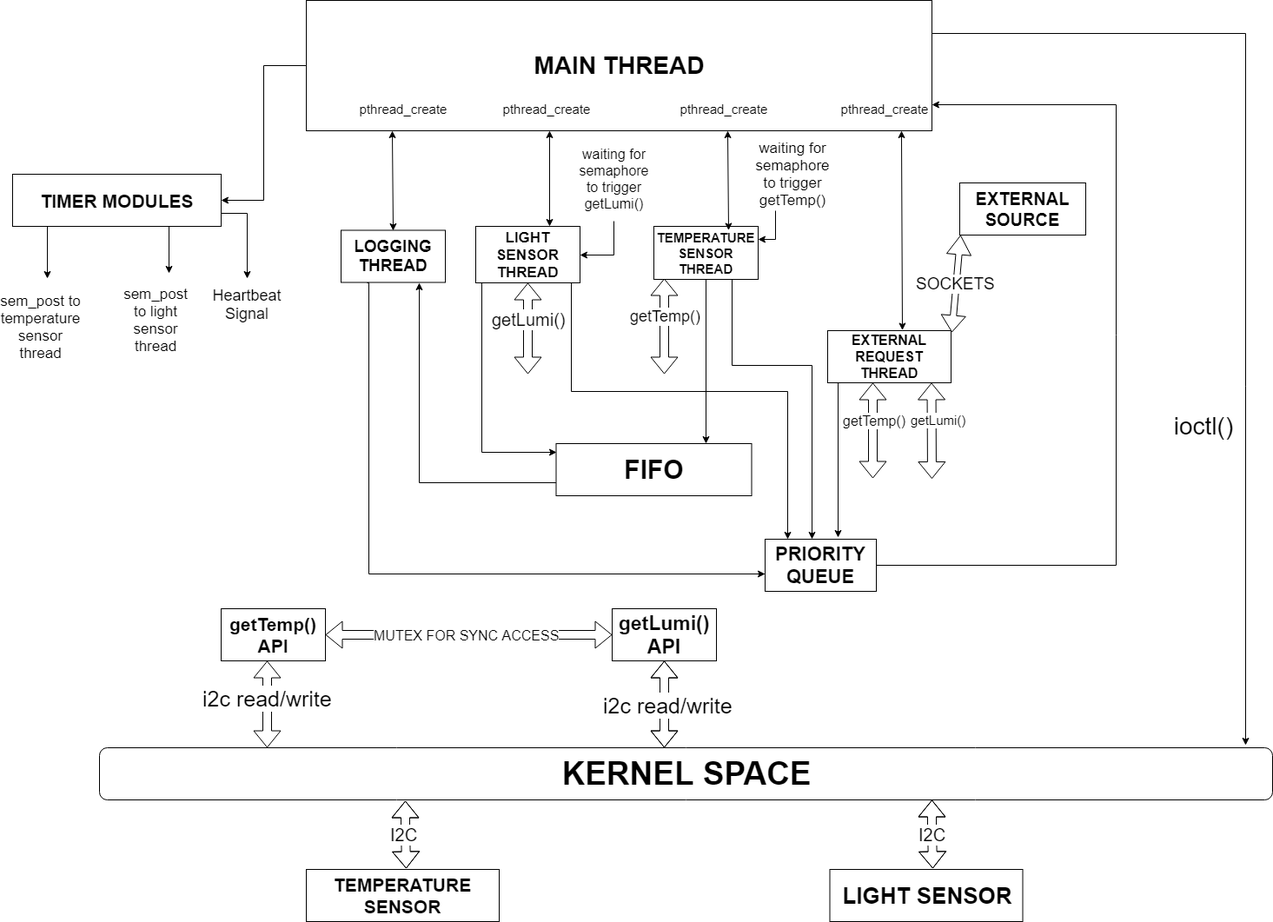
Above: Architecture/Project1_Arch.png in smitesh07/AESD_Project-1 (draw.io), before the change. Source tidied: cells renumbered, new cells last; positions are measured from the earlier drawing's top-left corner, leaving out a move shared by most shapes.
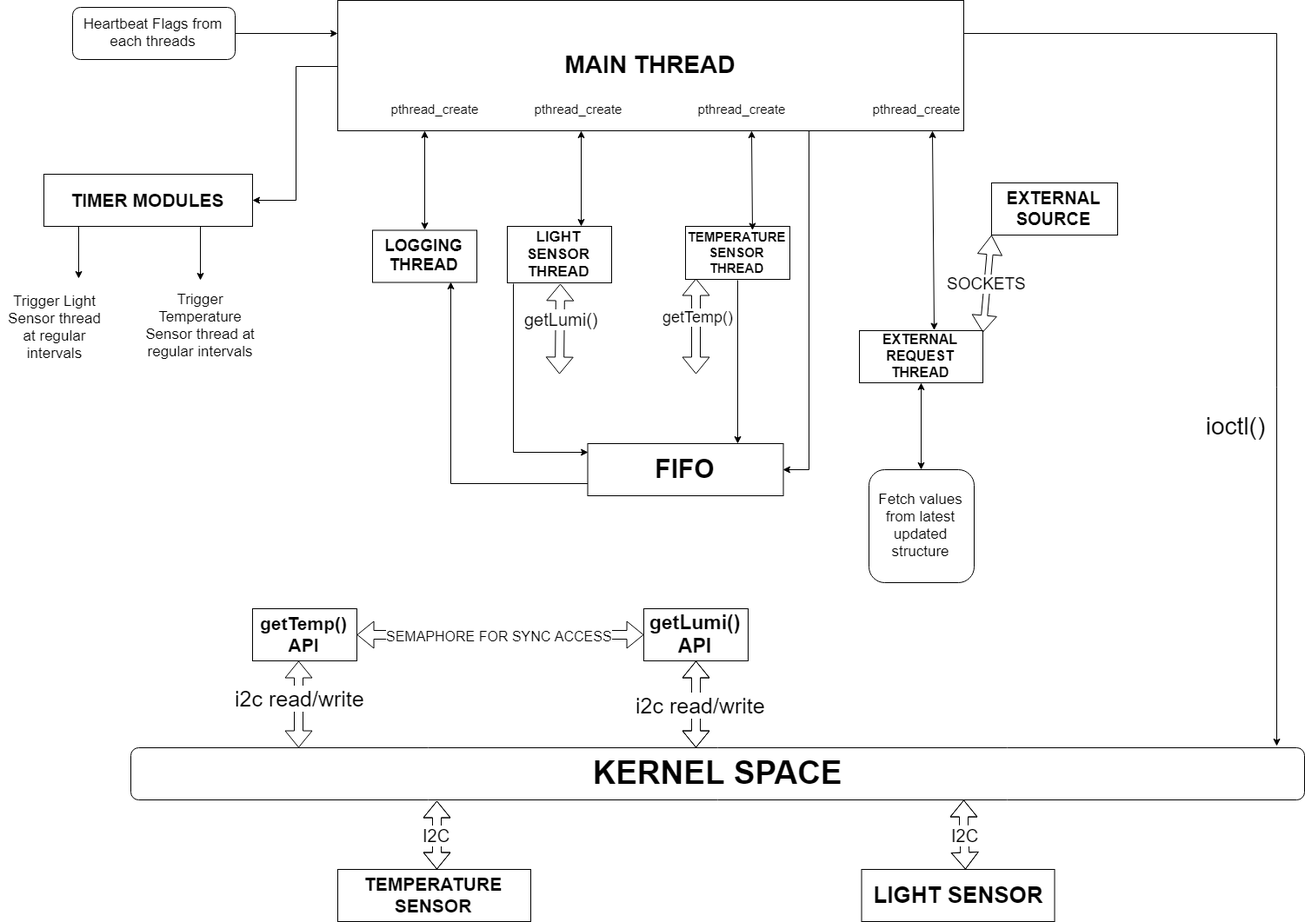
Later version of the same file.

Change to the diagram source:
```diff
@@ -8,31 +8,19 @@
     <mxCell id="3" style="edgeStyle=orthogonalEdgeStyle;rounded=0;jettySize=auto;html=1;exitX=1;exitY=0.25;exitDx=0;exitDy=0;entryX=0.977;entryY=-0.05;entryDx=0;entryDy=0;entryPerimeter=0;" parent="1" edge="1" source="4" target="26">
       <mxGeometry relative="1" as="geometry" />
     </mxCell>
+    <mxCell id="64" style="edgeStyle=orthogonalEdgeStyle;rounded=0;jettySize=auto;html=1;exitX=0.75;exitY=1;exitDx=0;exitDy=0;entryX=1;entryY=0.5;entryDx=0;entryDy=0;" parent="1" edge="1" source="4" target="16">
+      <mxGeometry relative="1" as="geometry">
+        <Array as="points">
+          <mxPoint x="889" y="540" />
+        </Array>
+      </mxGeometry>
+    </mxCell>
     <mxCell id="4" value="&lt;font style=&quot;font-size: 28px&quot;&gt;&lt;b&gt;MAIN THREAD&lt;/b&gt;&lt;/font&gt;" style="rounded=0;whiteSpace=wrap;html=1;" parent="1" vertex="1">
       <mxGeometry x="348" width="720" height="150" as="geometry" />
     </mxCell>
-    <mxCell id="5" style="edgeStyle=orthogonalEdgeStyle;rounded=0;jettySize=auto;html=1;exitX=0.25;exitY=1;exitDx=0;exitDy=0;" parent="1" edge="1" source="6">
-      <mxGeometry relative="1" as="geometry">
-        <mxPoint x="876" y="660" as="targetPoint" />
-        <Array as="points">
-          <mxPoint x="420" y="325" />
-          <mxPoint x="420" y="660" />
-          <mxPoint x="875" y="660" />
-        </Array>
-      </mxGeometry>
-    </mxCell>
     <mxCell id="6" value="&lt;font style=&quot;font-size: 19px&quot;&gt;&lt;b&gt;LOGGING THREAD&lt;/b&gt;&lt;/font&gt;&lt;br&gt;" style="rounded=0;whiteSpace=wrap;html=1;" parent="1" vertex="1">
       <mxGeometry x="388" y="264.5" width="120" height="60" as="geometry" />
     </mxCell>
-    <mxCell id="7" style="edgeStyle=orthogonalEdgeStyle;rounded=0;jettySize=auto;html=1;" parent="1" edge="1" source="9">
-      <mxGeometry relative="1" as="geometry">
-        <mxPoint x="902" y="620" as="targetPoint" />
-        <Array as="points">
-          <mxPoint x="653" y="450" />
-          <mxPoint x="902" y="450" />
-        </Array>
-      </mxGeometry>
-    </mxCell>
     <mxCell id="8" style="edgeStyle=orthogonalEdgeStyle;rounded=0;jettySize=auto;html=1;entryX=0;entryY=0.167;entryDx=0;entryDy=0;entryPerimeter=0;" parent="1" edge="1" target="16">
       <mxGeometry relative="1" as="geometry">
         <mxPoint x="550" y="325" as="sourcePoint" />
@@ -53,26 +41,9 @@
         </Array>
       </mxGeometry>
     </mxCell>
-    <mxCell id="11" style="edgeStyle=orthogonalEdgeStyle;rounded=0;jettySize=auto;html=1;exitX=0.75;exitY=1;exitDx=0;exitDy=0;entryX=0.422;entryY=0;entryDx=0;entryDy=0;entryPerimeter=0;" parent="1" edge="1" source="12" target="32">
-      <mxGeometry relative="1" as="geometry">
-        <Array as="points">
-          <mxPoint x="838" y="420" />
-          <mxPoint x="930" y="420" />
-        </Array>
-      </mxGeometry>
-    </mxCell>
     <mxCell id="12" value="&lt;font style=&quot;font-size: 15px&quot;&gt;&lt;b&gt;TEMPERATURE SENSOR THREAD&lt;/b&gt;&lt;/font&gt;&lt;br&gt;" style="rounded=0;whiteSpace=wrap;html=1;" parent="1" vertex="1">
       <mxGeometry x="748" y="260" width="120" height="61" as="geometry" />
     </mxCell>
-    <mxCell id="13" style="edgeStyle=orthogonalEdgeStyle;rounded=0;jettySize=auto;html=1;exitX=0.25;exitY=1;exitDx=0;exitDy=0;" parent="1" edge="1" source="14">
-      <mxGeometry relative="1" as="geometry">
-        <mxPoint x="960" y="618" as="targetPoint" />
-        <Array as="points">
-          <mxPoint x="960" y="440" />
-          <mxPoint x="960" y="618" />
-        </Array>
-      </mxGeometry>
-    </mxCell>
     <mxCell id="14" value="&lt;font style=&quot;font-size: 16px&quot;&gt;&lt;b&gt;EXTERNAL REQUEST THREAD&lt;/b&gt;&lt;/font&gt;&lt;br&gt;" style="rounded=0;whiteSpace=wrap;html=1;" parent="1" vertex="1">
       <mxGeometry x="948" y="380" width="142" height="60" as="geometry" />
     </mxCell>
@@ -139,33 +110,9 @@
         <mxPoint x="-7" y="10" as="offset" />
       </mxGeometry>
     </mxCell>
-    <mxCell id="31" style="edgeStyle=orthogonalEdgeStyle;rounded=0;jettySize=auto;html=1;exitX=1;exitY=0.5;exitDx=0;exitDy=0;" parent="1" edge="1" source="32">
-      <mxGeometry relative="1" as="geometry">
-        <mxPoint x="1068" y="120" as="targetPoint" />
-        <Array as="points">
-          <mxPoint x="1280" y="650" />
-          <mxPoint x="1280" y="120" />
-        </Array>
-      </mxGeometry>
-    </mxCell>
-    <mxCell id="32" value="&lt;font style=&quot;font-size: 22px&quot;&gt;&lt;b&gt;PRIORITY QUEUE&lt;/b&gt;&lt;/font&gt;&lt;br&gt;" style="rounded=0;whiteSpace=wrap;html=1;" parent="1" vertex="1">
-      <mxGeometry x="876" y="620" width="128" height="60" as="geometry" />
-    </mxCell>
     <mxCell id="33" value="&lt;font style=&quot;font-size: 23px&quot;&gt;&lt;b&gt;getLumi() API&lt;/b&gt;&lt;/font&gt;" style="rounded=0;whiteSpace=wrap;html=1;" parent="1" vertex="1">
       <mxGeometry x="700" y="700" width="120" height="60" as="geometry" />
     </mxCell>
-    <mxCell id="34" style="edgeStyle=orthogonalEdgeStyle;rounded=0;jettySize=auto;html=1;entryX=1;entryY=0.25;entryDx=0;entryDy=0;" parent="1" edge="1" target="12">
-      <mxGeometry relative="1" as="geometry">
-        <mxPoint x="888" y="242" as="sourcePoint" />
-        <Array as="points">
-          <mxPoint x="888" y="242" />
-          <mxPoint x="888" y="280" />
-        </Array>
-      </mxGeometry>
-    </mxCell>
-    <mxCell id="35" value="&lt;font style=&quot;font-size: 17px&quot;&gt;waiting for semaphore to trigger getTemp()&lt;/font&gt;&lt;br&gt;" style="text;html=1;strokeColor=none;fillColor=none;align=center;verticalAlign=middle;whiteSpace=wrap;rounded=0;" parent="1" vertex="1">
-      <mxGeometry x="876" y="180" width="64" height="40" as="geometry" />
-    </mxCell>
     <mxCell id="36" style="endArrow=classic;startArrow=classic;html=1;entryX=0.389;entryY=1;entryDx=0;entryDy=0;entryPerimeter=0;" parent="1" edge="1" target="4">
       <mxGeometry relative="1" as="geometry">
         <mxPoint x="628" y="260" as="sourcePoint" />
@@ -173,8 +120,8 @@
     </mxCell>
     <mxCell id="37" style="endArrow=classic;startArrow=classic;html=1;exitX=0.5;exitY=0;exitDx=0;exitDy=0;" parent="1" edge="1">
       <mxGeometry relative="1" as="geometry">
-        <mxPoint x="834" y="264.5" as="sourcePoint" />
-        <mxPoint x="833" y="150" as="targetPoint" />
+        <mxPoint x="825" y="264.5" as="sourcePoint" />
+        <mxPoint x="824" y="150" as="targetPoint" />
       </mxGeometry>
     </mxCell>
     <mxCell id="38" style="endArrow=classic;startArrow=classic;html=1;exitX=0.5;exitY=0;exitDx=0;exitDy=0;entryX=0.951;entryY=1;entryDx=0;entryDy=0;entryPerimeter=0;" parent="1" edge="1" target="4">
@@ -182,16 +129,6 @@
         <mxPoint x="1034" y="379.5" as="sourcePoint" />
       </mxGeometry>
     </mxCell>
-    <mxCell id="39" style="edgeStyle=orthogonalEdgeStyle;rounded=0;jettySize=auto;html=1;entryX=1;entryY=0.5;entryDx=0;entryDy=0;exitX=0.505;exitY=1.043;exitDx=0;exitDy=0;exitPerimeter=0;" parent="1" edge="1" source="40" target="9">
-      <mxGeometry relative="1" as="geometry">
-        <Array as="points">
-          <mxPoint x="702" y="293" />
-        </Array>
-      </mxGeometry>
-    </mxCell>
-    <mxCell id="40" value="&lt;font style=&quot;font-size: 16px&quot;&gt;waiting for semaphore to trigger getLumi()&lt;/font&gt;&lt;br&gt;" style="text;html=1;strokeColor=none;fillColor=none;align=center;verticalAlign=middle;whiteSpace=wrap;rounded=0;" parent="1" vertex="1">
-      <mxGeometry x="672" y="160" width="60" height="90" as="geometry" />
-    </mxCell>
     <mxCell id="41" style="edgeStyle=orthogonalEdgeStyle;rounded=0;jettySize=auto;html=1;exitX=0.25;exitY=1;exitDx=0;exitDy=0;" parent="1" edge="1" source="44">
       <mxGeometry relative="1" as="geometry">
         <mxPoint x="50" y="320" as="targetPoint" />
@@ -201,22 +138,17 @@
         </Array>
       </mxGeometry>
     </mxCell>
-    <mxCell id="42" style="edgeStyle=orthogonalEdgeStyle;rounded=0;jettySize=auto;html=1;exitX=0.75;exitY=1;exitDx=0;exitDy=0;entryX=0.667;entryY=-0.012;entryDx=0;entryDy=0;entryPerimeter=0;" parent="1" edge="1" source="44" target="46">
+    <mxCell id="42" style="edgeStyle=orthogonalEdgeStyle;rounded=0;jettySize=auto;html=1;exitX=0.75;exitY=1;exitDx=0;exitDy=0;entryX=0.5;entryY=0;entryDx=0;entryDy=0;" parent="1" edge="1" source="44" target="46">
       <mxGeometry relative="1" as="geometry" />
     </mxCell>
-    <mxCell id="43" style="edgeStyle=orthogonalEdgeStyle;rounded=0;jettySize=auto;html=1;exitX=1;exitY=0.75;exitDx=0;exitDy=0;" parent="1" edge="1" source="44">
-      <mxGeometry relative="1" as="geometry">
-        <mxPoint x="280" y="320" as="targetPoint" />
-      </mxGeometry>
-    </mxCell>
     <mxCell id="44" value="&lt;font style=&quot;font-size: 21px&quot;&gt;&lt;b&gt;TIMER MODULES&lt;/b&gt;&lt;/font&gt;&lt;br&gt;" style="rounded=0;whiteSpace=wrap;html=1;" parent="1" vertex="1">
       <mxGeometry x="10" y="200" width="240" height="60" as="geometry" />
     </mxCell>
-    <mxCell id="45" value="&lt;font style=&quot;font-size: 17px&quot;&gt;sem_post to temperature sensor thread&lt;/font&gt;&lt;br&gt;" style="text;html=1;strokeColor=none;fillColor=none;align=center;verticalAlign=middle;whiteSpace=wrap;rounded=0;" parent="1" vertex="1">
-      <mxGeometry y="320" width="85" height="111" as="geometry" />
+    <mxCell id="45" value="&lt;font style=&quot;font-size: 17px&quot;&gt;Trigger Light Sensor thread at regular intervals&lt;/font&gt;&lt;br&gt;" style="text;html=1;strokeColor=none;fillColor=none;align=center;verticalAlign=middle;whiteSpace=wrap;rounded=0;" parent="1" vertex="1">
+      <mxGeometry x="-40" y="320" width="125" height="111" as="geometry" />
     </mxCell>
-    <mxCell id="46" value="&lt;font style=&quot;font-size: 17px&quot;&gt;sem_post to light sensor thread&lt;/font&gt;&lt;br&gt;" style="text;html=1;strokeColor=none;fillColor=none;align=center;verticalAlign=middle;whiteSpace=wrap;rounded=0;" parent="1" vertex="1">
-      <mxGeometry x="130" y="315" width="90" height="106" as="geometry" />
+    <mxCell id="46" value="&lt;span&gt;&lt;font style=&quot;font-size: 17px&quot;&gt;Trigger Temperature Sensor thread at regular intervals&lt;/font&gt;&lt;/span&gt;&lt;br&gt;" style="text;html=1;strokeColor=none;fillColor=none;align=center;verticalAlign=middle;whiteSpace=wrap;rounded=0;" parent="1" vertex="1">
+      <mxGeometry x="125" y="321" width="130" height="106" as="geometry" />
     </mxCell>
     <mxCell id="47" value="&lt;font style=&quot;font-size: 28px&quot;&gt;ioctl()&lt;/font&gt;" style="text;html=1;strokeColor=none;fillColor=none;align=center;verticalAlign=middle;whiteSpace=wrap;rounded=0;" parent="1" vertex="1">
       <mxGeometry x="1360" y="480" width="40" height="20" as="geometry" />
@@ -253,34 +185,11 @@
         <mxPoint x="-1" y="6.5" as="offset" />
       </mxGeometry>
     </mxCell>
-    <mxCell id="54" value="&lt;font style=&quot;font-size: 18px&quot;&gt;Heartbeat Signal&lt;/font&gt;&lt;br&gt;" style="text;html=1;strokeColor=none;fillColor=none;align=center;verticalAlign=middle;whiteSpace=wrap;rounded=0;" parent="1" vertex="1">
-      <mxGeometry x="230" y="321" width="100" height="59" as="geometry" />
-    </mxCell>
-    <mxCell id="55" style="shape=flexArrow;endArrow=classic;startArrow=classic;html=1;" parent="1" edge="1">
-      <mxGeometry relative="1" as="geometry">
-        <mxPoint x="1000" y="550" as="sourcePoint" />
-        <mxPoint x="1000" y="440" as="targetPoint" />
-      </mxGeometry>
-    </mxCell>
-    <mxCell id="56" value="&lt;font style=&quot;font-size: 16px&quot;&gt;getTemp()&lt;/font&gt;&lt;br&gt;" style="text;html=1;align=center;verticalAlign=middle;labelBackgroundColor=#ffffff;" parent="55" vertex="1">
-      <mxGeometry x="0.21" y="-1" relative="1" as="geometry" />
-    </mxCell>
-    <mxCell id="57" style="shape=flexArrow;endArrow=classic;startArrow=classic;html=1;entryX=0.5;entryY=1;entryDx=0;entryDy=0;" parent="1" edge="1">
-      <mxGeometry relative="1" as="geometry">
-        <mxPoint x="1068" y="550.5" as="sourcePoint" />
-        <mxPoint x="1067.5" y="440" as="targetPoint" />
-      </mxGeometry>
-    </mxCell>
-    <mxCell id="58" value="&lt;font style=&quot;font-size: 15px&quot;&gt;getLumi()&lt;/font&gt;&lt;br&gt;" style="text;html=1;align=center;verticalAlign=middle;labelBackgroundColor=#ffffff;" parent="57" vertex="1">
-      <mxGeometry x="0.21" y="-1" relative="1" as="geometry">
-        <mxPoint x="6.5" y="-1" as="offset" />
-      </mxGeometry>
-    </mxCell>
     <mxCell id="59" value="&lt;font style=&quot;font-size: 15px&quot;&gt;pthread_create&lt;/font&gt;&lt;br&gt;" style="text;html=1;strokeColor=none;fillColor=none;align=center;verticalAlign=middle;whiteSpace=wrap;rounded=0;" parent="1" vertex="1">
       <mxGeometry x="576" y="100" width="96" height="50" as="geometry" />
     </mxCell>
     <mxCell id="60" value="&lt;font style=&quot;font-size: 15px&quot;&gt;pthread_create&lt;/font&gt;&lt;br&gt;" style="text;html=1;strokeColor=none;fillColor=none;align=center;verticalAlign=middle;whiteSpace=wrap;rounded=0;" parent="1" vertex="1">
-      <mxGeometry x="780" y="100" width="96" height="50" as="geometry" />
+      <mxGeometry x="764" y="100" width="96" height="50" as="geometry" />
     </mxCell>
     <mxCell id="61" value="&lt;font style=&quot;font-size: 15px&quot;&gt;pthread_create&lt;/font&gt;&lt;br&gt;" style="text;html=1;strokeColor=none;fillColor=none;align=center;verticalAlign=middle;whiteSpace=wrap;rounded=0;" parent="1" vertex="1">
       <mxGeometry x="965.5" y="100" width="96" height="50" as="geometry" />
@@ -288,10 +197,24 @@
     <mxCell id="62" style="shape=flexArrow;endArrow=classic;startArrow=classic;html=1;exitX=1;exitY=0.5;exitDx=0;exitDy=0;entryX=0;entryY=0.5;entryDx=0;entryDy=0;" parent="1" edge="1" source="23" target="33">
       <mxGeometry relative="1" as="geometry" />
     </mxCell>
-    <mxCell id="63" value="&lt;font style=&quot;font-size: 16px&quot;&gt;MUTEX FOR SYNC ACCESS&lt;/font&gt;" style="text;html=1;align=center;verticalAlign=middle;labelBackgroundColor=#ffffff;" parent="62" vertex="1">
+    <mxCell id="63" value="&lt;font style=&quot;font-size: 16px&quot;&gt;SEMAPHORE FOR SYNC ACCESS&lt;/font&gt;" style="text;html=1;align=center;verticalAlign=middle;labelBackgroundColor=#ffffff;" parent="62" vertex="1">
       <mxGeometry x="-0.14" relative="1" as="geometry">
         <mxPoint x="20.5" as="offset" />
       </mxGeometry>
     </mxCell>
+    <mxCell id="65" style="edgeStyle=orthogonalEdgeStyle;rounded=0;jettySize=auto;html=1;entryX=0;entryY=0.25;entryDx=0;entryDy=0;" parent="1" edge="1" source="66" target="4">
+      <mxGeometry relative="1" as="geometry" />
+    </mxCell>
+    <mxCell id="66" value="&lt;font style=&quot;font-size: 17px&quot;&gt;Heartbeat Flags from each threads&lt;/font&gt;" style="rounded=1;whiteSpace=wrap;html=1;" parent="1" vertex="1">
+      <mxGeometry x="43" y="8" width="187" height="60" as="geometry" />
+    </mxCell>
+    <mxCell id="67" value="&lt;font style=&quot;font-size: 17px&quot;&gt;Fetch values from latest updated structure&lt;/font&gt;" style="rounded=1;whiteSpace=wrap;html=1;" parent="1" vertex="1">
+      <mxGeometry x="959" y="540" width="121" height="130" as="geometry" />
+    </mxCell>
+    <mxCell id="68" style="endArrow=classic;startArrow=classic;html=1;" parent="1" edge="1" target="14">
+      <mxGeometry relative="1" as="geometry">
+        <mxPoint x="1019" y="540" as="sourcePoint" />
+      </mxGeometry>
+    </mxCell>
   </root>
 </mxGraphModel>
```
